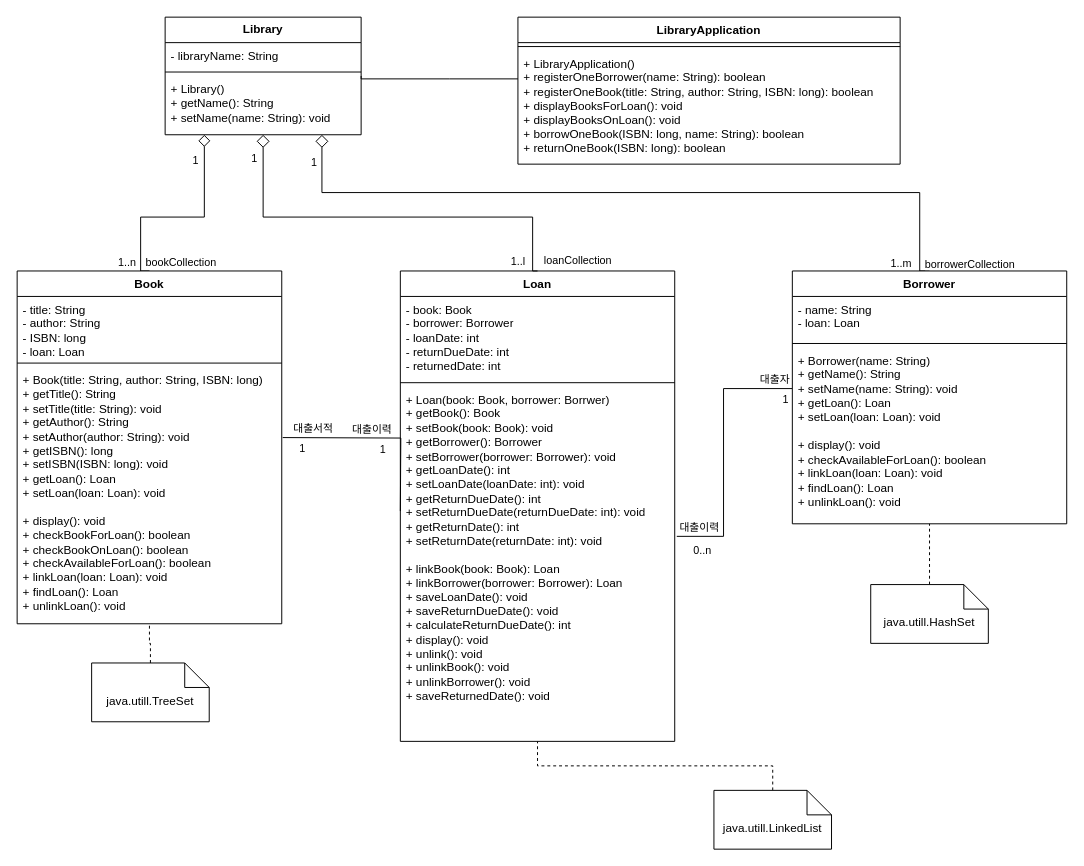
Halozhan/2023-2-LibraryApplication keeps this draw.io diagram as UML/Class Diagram.drawio. Above is the earlier version. Source tidied: cells renumbered, new cells numbered last; positions are measured from the earlier drawing's top-left corner, leaving out a move shared by most shapes. Both pictures are drawn from the tidied source at 98%, with x=0, y=0 at pixel (17, 17).
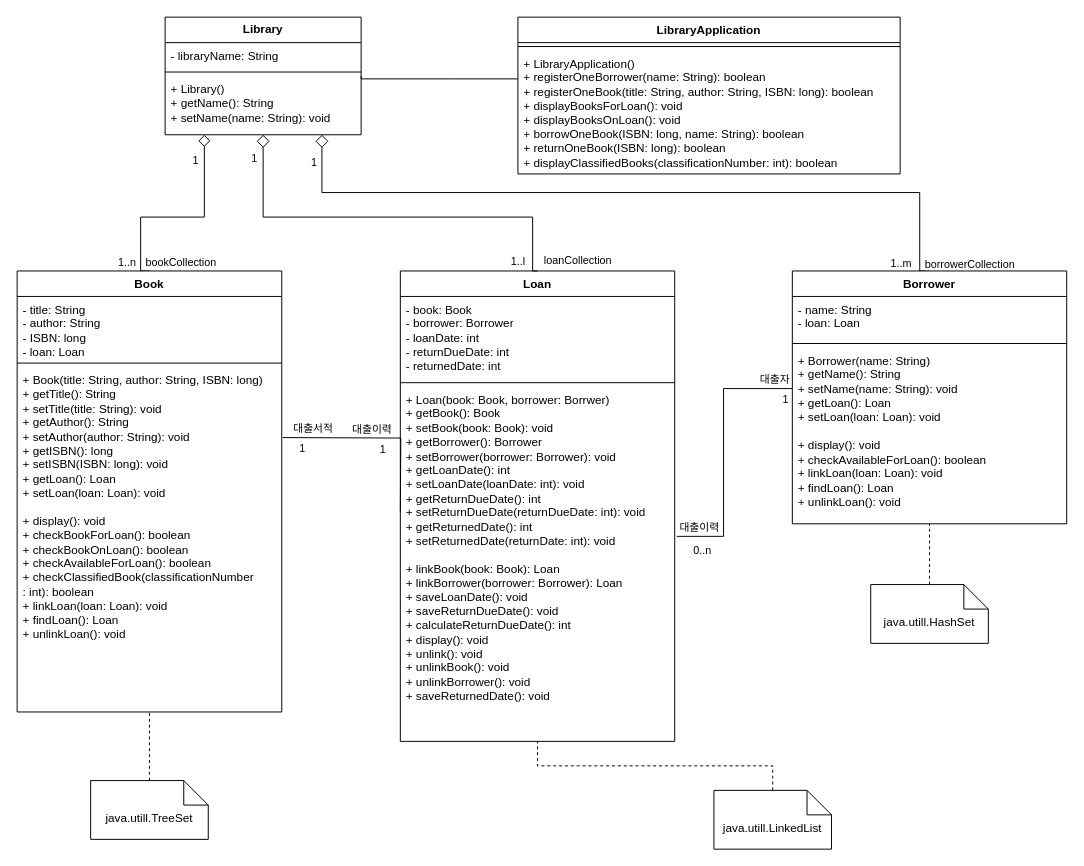
After the change.

The change refers to these unchanged cells:
```xml
<mxCell id="18" value="Loan" style="swimlane;fontStyle=1;align=center;verticalAlign=top;horizontal=1;startSize=26;whiteSpace=wrap;html=1;" parent="1" vertex="1">
  <mxGeometry x="391" y="259" width="280" height="480" as="geometry" />
</mxCell>
```

Diff of the diagram source:
```diff
@@
     <mxCell id="3" value="LibraryApplication" style="swimlane;fontStyle=1;align=center;verticalAlign=top;horizontal=1;startSize=26;whiteSpace=wrap;html=1;" parent="1" vertex="1">
-      <mxGeometry x="511" width="390" height="150" as="geometry" />
+      <mxGeometry x="511" width="390" height="160" as="geometry" />
     </mxCell>
@@
-    <mxCell id="5" value="+ LibraryApplication()&lt;br&gt;+ registerOneBorrower(name: String): boolean&lt;br&gt;+ registerOneBook(title: String, author: String, ISBN: long): boolean&lt;br&gt;+ displayBooksForLoan(): void&lt;br&gt;+ displayBooksOnLoan(): void&lt;br&gt;+&amp;nbsp;borrowOneBook(ISBN: long, name: String): boolean&lt;br&gt;+ returnOneBook(ISBN: long): boolean" style="text;strokeColor=none;fillColor=none;align=left;verticalAlign=top;spacingLeft=4;spacingRight=4;overflow=hidden;whiteSpace=wrap;html=1;" parent="3" vertex="1">
-      <mxGeometry y="34" width="390" height="116" as="geometry" />
+    <mxCell id="5" value="+ LibraryApplication()&lt;br&gt;+ registerOneBorrower(name: String): boolean&lt;br&gt;+ registerOneBook(title: String, author: String, ISBN: long): boolean&lt;br&gt;+ displayBooksForLoan(): void&lt;br&gt;+ displayBooksOnLoan(): void&lt;br&gt;+&amp;nbsp;borrowOneBook(ISBN: long, name: String): boolean&lt;br&gt;+ returnOneBook(ISBN: long): boolean&lt;br&gt;+ displayClassifiedBooks(classificationNumber: int): boolean" style="text;strokeColor=none;fillColor=none;align=left;verticalAlign=top;spacingLeft=4;spacingRight=4;overflow=hidden;whiteSpace=wrap;html=1;" parent="3" vertex="1">
+      <mxGeometry y="34" width="390" height="126" as="geometry" />
     </mxCell>
@@
     <mxCell id="14" value="Book" style="swimlane;fontStyle=1;align=center;verticalAlign=top;horizontal=1;startSize=26;whiteSpace=wrap;html=1;" parent="1" vertex="1">
-      <mxGeometry y="259" width="270" height="360" as="geometry" />
+      <mxGeometry y="259" width="270" height="450" as="geometry" />
     </mxCell>
@@
-    <mxCell id="17" value="+ Book(title: String, author: String, ISBN: long)&lt;br&gt;+ getTitle(): String&lt;br&gt;+ setTitle(title: String): void&lt;br&gt;+ getAuthor(): String&lt;br style=&quot;border-color: var(--border-color);&quot;&gt;+ setAuthor(author: String): void&lt;br&gt;+ getISBN(): long&lt;br style=&quot;border-color: var(--border-color);&quot;&gt;+ setISBN(ISBN: long): void&lt;br&gt;+ getLoan(): Loan&lt;br&gt;+ setLoan(loan: Loan): void&lt;br&gt;&lt;br&gt;+ display(): void&lt;br&gt;+ checkBookForLoan(): boolean&lt;br&gt;+ checkBookOnLoan(): boolean&lt;br&gt;+ checkAvailableForLoan(): boolean&lt;br&gt;+ linkLoan(loan: Loan): void&lt;br&gt;+ findLoan(): Loan&lt;br&gt;+ unlinkLoan(): void" style="text;strokeColor=none;fillColor=none;align=left;verticalAlign=top;spacingLeft=4;spacingRight=4;overflow=hidden;whiteSpace=wrap;html=1;" parent="14" vertex="1">
-      <mxGeometry y="98" width="270" height="262" as="geometry" />
+    <mxCell id="17" value="+ Book(title: String, author: String, ISBN: long)&lt;br&gt;+ getTitle(): String&lt;br&gt;+ setTitle(title: String): void&lt;br&gt;+ getAuthor(): String&lt;br style=&quot;border-color: var(--border-color);&quot;&gt;+ setAuthor(author: String): void&lt;br&gt;+ getISBN(): long&lt;br style=&quot;border-color: var(--border-color);&quot;&gt;+ setISBN(ISBN: long): void&lt;br&gt;+ getLoan(): Loan&lt;br&gt;+ setLoan(loan: Loan): void&lt;br&gt;&lt;br&gt;+ display(): void&lt;br&gt;+ checkBookForLoan(): boolean&lt;br&gt;+ checkBookOnLoan(): boolean&lt;br&gt;+ checkAvailableForLoan(): boolean&lt;br&gt;+ checkClassifiedBook(classificationNumber&lt;br&gt;: int): boolean&lt;br&gt;+ linkLoan(loan: Loan): void&lt;br&gt;+ findLoan(): Loan&lt;br&gt;+ unlinkLoan(): void&lt;br&gt;" style="text;strokeColor=none;fillColor=none;align=left;verticalAlign=top;spacingLeft=4;spacingRight=4;overflow=hidden;whiteSpace=wrap;html=1;" parent="14" vertex="1">
+      <mxGeometry y="98" width="270" height="352" as="geometry" />
     </mxCell>
@@
-    <mxCell id="21" value="+ Loan(book: Book, borrower: Borrwer)&lt;br&gt;+ getBook(): Book&lt;br style=&quot;border-color: var(--border-color);&quot;&gt;+ setBook(book: Book): void&lt;br&gt;+ getBorrower(): Borrower&lt;br style=&quot;border-color: var(--border-color);&quot;&gt;+ setBorrower(borrower: Borrower): void&lt;br&gt;+ getLoanDate(): int&lt;br style=&quot;border-color: var(--border-color);&quot;&gt;+ setLoanDate(loanDate: int): void&lt;br&gt;+ getReturnDueDate(): int&lt;br style=&quot;border-color: var(--border-color);&quot;&gt;+ setReturnDueDate(returnDueDate: int): void&lt;br&gt;+ getReturnDate(): int&lt;br style=&quot;border-color: var(--border-color);&quot;&gt;+ setReturnDate(returnDate: int): void&lt;br&gt;&lt;br&gt;+ linkBook(book: Book): Loan&lt;br&gt;+ linkBorrower(borrower: Borrower): Loan&lt;br&gt;+ saveLoanDate(): void&lt;br&gt;+ saveReturnDueDate(): void&lt;br&gt;+ calculateReturnDueDate(): int&lt;br&gt;+ display(): void&lt;br&gt;+ unlink(): void&lt;br&gt;+ unlinkBook(): void&lt;br&gt;+ unlinkBorrower(): void&lt;br&gt;+ saveReturnedDate(): void" style="text;strokeColor=none;fillColor=none;align=left;verticalAlign=top;spacingLeft=4;spacingRight=4;overflow=hidden;whiteSpace=wrap;html=1;" parent="18" vertex="1">
+    <mxCell id="21" value="+ Loan(book: Book, borrower: Borrwer)&lt;br&gt;+ getBook(): Book&lt;br style=&quot;border-color: var(--border-color);&quot;&gt;+ setBook(book: Book): void&lt;br&gt;+ getBorrower(): Borrower&lt;br style=&quot;border-color: var(--border-color);&quot;&gt;+ setBorrower(borrower: Borrower): void&lt;br&gt;+ getLoanDate(): int&lt;br style=&quot;border-color: var(--border-color);&quot;&gt;+ setLoanDate(loanDate: int): void&lt;br&gt;+ getReturnDueDate(): int&lt;br style=&quot;border-color: var(--border-color);&quot;&gt;+ setReturnDueDate(returnDueDate: int): void&lt;br&gt;+ getReturnedDate(): int&lt;br style=&quot;border-color: var(--border-color);&quot;&gt;+ setReturnedDate(returnDate: int): void&lt;br&gt;&lt;br&gt;+ linkBook(book: Book): Loan&lt;br&gt;+ linkBorrower(borrower: Borrower): Loan&lt;br&gt;+ saveLoanDate(): void&lt;br&gt;+ saveReturnDueDate(): void&lt;br&gt;+ calculateReturnDueDate(): int&lt;br&gt;+ display(): void&lt;br&gt;+ unlink(): void&lt;br&gt;+ unlinkBook(): void&lt;br&gt;+ unlinkBorrower(): void&lt;br&gt;+ saveReturnedDate(): void" style="text;strokeColor=none;fillColor=none;align=left;verticalAlign=top;spacingLeft=4;spacingRight=4;overflow=hidden;whiteSpace=wrap;html=1;" parent="18" vertex="1">
       <mxGeometry y="118" width="280" height="362" as="geometry" />
     </mxCell>
@@
     <mxCell id="40" value="java.utill.TreeSet" style="shape=note2;boundedLbl=1;whiteSpace=wrap;html=1;size=25;verticalAlign=top;align=center;" parent="1" vertex="1">
-      <mxGeometry x="76" y="659" width="120" height="60" as="geometry" />
+      <mxGeometry x="75" y="779" width="120" height="60" as="geometry" />
     </mxCell>
```
